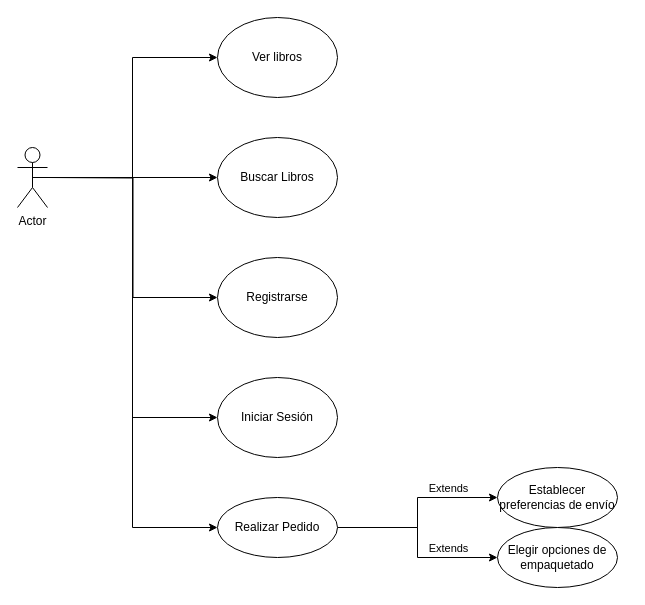
Before: page "Casos de uso" (1 of 5) of ing/casos de uso.drawio in NicoJimenez123/tareas, a draw.io diagram. Source tidied: cells renumbered, new cells numbered last; positions are measured from the earlier drawing's top-left corner, leaving out a move shared by most shapes. Both pictures are drawn from the tidied source at 100%, with x=0, y=0 at pixel (17, 17).
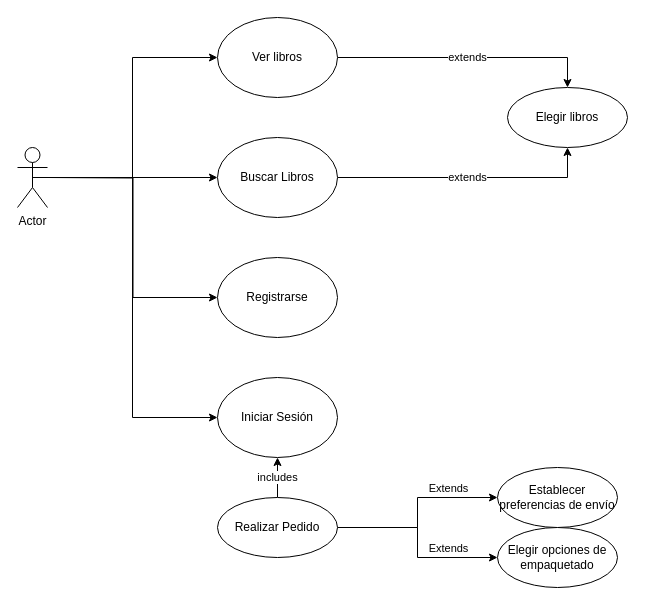
After the change.

The change refers to these unchanged cells:
```xml
<mxCell id="7" value="Actor" style="shape=umlActor;verticalLabelPosition=bottom;verticalAlign=top;html=1;outlineConnect=0;" parent="1" vertex="1">
  <mxGeometry y="130" width="30" height="60" as="geometry" />
</mxCell>
<mxCell id="8" value="Ver libros" style="ellipse;whiteSpace=wrap;html=1;" parent="1" vertex="1">
  <mxGeometry x="200" width="120" height="80" as="geometry" />
</mxCell>
<mxCell id="9" value="Buscar Libros" style="ellipse;whiteSpace=wrap;html=1;" parent="1" vertex="1">
  <mxGeometry x="200" y="120" width="120" height="80" as="geometry" />
</mxCell>
<mxCell id="11" value="Iniciar Sesión" style="ellipse;whiteSpace=wrap;html=1;" parent="1" vertex="1">
  <mxGeometry x="200" y="360" width="120" height="80" as="geometry" />
</mxCell>
<mxCell id="16" value="Realizar Pedido" style="ellipse;whiteSpace=wrap;html=1;" parent="1" vertex="1">
  <mxGeometry x="200" y="480" width="120" height="60" as="geometry" />
</mxCell>
```

What changed in the source:
```diff
@@
-    <mxCell id="6" style="edgeStyle=orthogonalEdgeStyle;rounded=0;jettySize=auto;html=1;entryX=0;entryY=0.5;entryDx=0;entryDy=0;" parent="1" edge="1" source="7" target="16">
-      <mxGeometry relative="1" as="geometry" />
-    </mxCell>
@@
+    <mxCell id="19" value="extends" style="edgeStyle=orthogonalEdgeStyle;rounded=0;jettySize=auto;html=1;entryX=0.5;entryY=0;entryDx=0;entryDy=0;" parent="1" edge="1" source="8" target="22">
+      <mxGeometry relative="1" as="geometry" />
+    </mxCell>
@@
+    <mxCell id="20" value="extends" style="edgeStyle=orthogonalEdgeStyle;rounded=0;jettySize=auto;html=1;entryX=0.5;entryY=1;entryDx=0;entryDy=0;" parent="1" edge="1" source="9" target="22">
+      <mxGeometry relative="1" as="geometry">
+        <Array as="points">
+          <mxPoint x="550" y="160" />
+        </Array>
+      </mxGeometry>
+    </mxCell>
@@
+    <mxCell id="21" value="includes" style="edgeStyle=orthogonalEdgeStyle;rounded=0;jettySize=auto;html=1;entryX=0.5;entryY=1;entryDx=0;entryDy=0;" parent="1" edge="1" source="16" target="11">
+      <mxGeometry relative="1" as="geometry" />
+    </mxCell>
@@
+    <mxCell id="22" value="Elegir libros" style="ellipse;whiteSpace=wrap;html=1;" parent="1" vertex="1">
+      <mxGeometry x="490" y="70" width="120" height="60" as="geometry" />
+    </mxCell>
```
